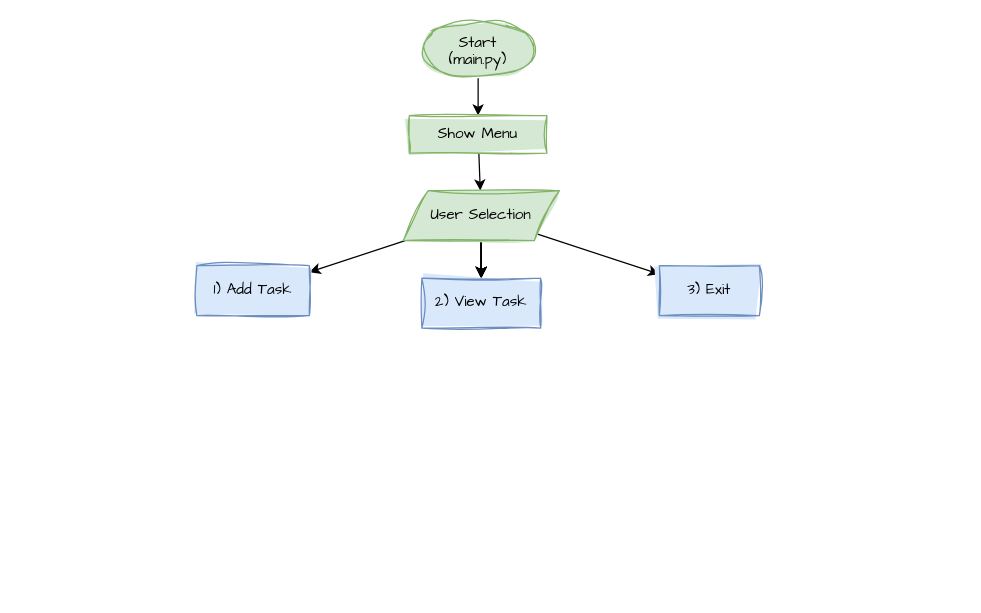
This is page "Program Visual" (2 of 3) of project_visual.drawio from afeef-khan/studentProductivityTracker_pythonProject, a draw.io file, before an edit. Source tidied: cells renumbered, new cells numbered last; positions are measured from the earlier drawing's top-left corner, leaving out a move shared by most shapes. Both pictures are drawn from the tidied source at 125%, with x=0, y=0 at pixel (196, 21).
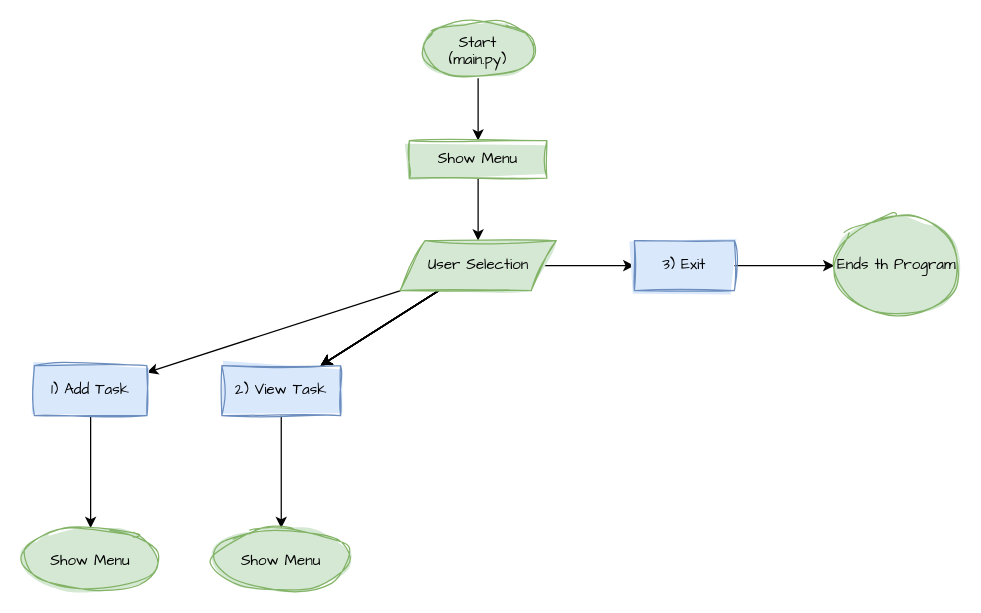
Above is the later version.

Change to the diagram source:
```diff
@@
     <mxCell id="5" value="Show Menu" style="whiteSpace=wrap;html=1;fontFamily=Comic Sans MS;fillColor=#d5e8d4;strokeColor=#82b366;strokeWidth=1;sketch=1;curveFitting=1;jiggle=2;shadow=0;fillStyle=solid;" parent="1" vertex="1">
-      <mxGeometry x="170" y="75" width="110" height="30" as="geometry" />
+      <mxGeometry x="170" y="95" width="110" height="30" as="geometry" />
     </mxCell>
@@
     <mxCell id="15" value="User Selection" style="shape=parallelogram;perimeter=parallelogramPerimeter;whiteSpace=wrap;html=1;fixedSize=1;fontFamily=Comic Sans MS;fillColor=#d5e8d4;strokeColor=#82b366;strokeWidth=1;sketch=1;curveFitting=1;jiggle=2;shadow=0;fillStyle=solid;" parent="1" vertex="1">
-      <mxGeometry x="165" y="135" width="125" height="40" as="geometry" />
+      <mxGeometry x="162.5" y="175" width="125" height="40" as="geometry" />
     </mxCell>
+    <mxCell id="19" style="edgeStyle=none;html=1;exitX=0.5;exitY=1;exitDx=0;exitDy=0;entryX=0.5;entryY=0;entryDx=0;entryDy=0;" parent="1" edge="1" source="16" target="24">
+      <mxGeometry relative="1" as="geometry" />
+    </mxCell>
     <mxCell id="16" value="2) View Task" style="whiteSpace=wrap;html=1;fontFamily=Comic Sans MS;fillColor=#dae8fc;strokeColor=#6c8ebf;strokeWidth=1;sketch=1;curveFitting=1;jiggle=2;shadow=0;fillStyle=solid;" parent="1" vertex="1">
-      <mxGeometry x="180" y="205" width="95" height="40" as="geometry" />
+      <mxGeometry x="20" y="275" width="95" height="40" as="geometry" />
     </mxCell>
+    <mxCell id="20" style="edgeStyle=none;html=1;" parent="1" edge="1" source="17" target="23">
+      <mxGeometry relative="1" as="geometry" />
+    </mxCell>
     <mxCell id="17" value="3) Exit" style="whiteSpace=wrap;html=1;fontFamily=Comic Sans MS;fillColor=#dae8fc;strokeColor=#6c8ebf;strokeWidth=1;sketch=1;curveFitting=1;jiggle=2;shadow=0;fillStyle=solid;" parent="1" vertex="1">
-      <mxGeometry x="370" y="195" width="80" height="40" as="geometry" />
+      <mxGeometry x="350" y="175" width="80" height="40" as="geometry" />
     </mxCell>
+    <mxCell id="21" style="edgeStyle=none;html=1;exitX=0.5;exitY=1;exitDx=0;exitDy=0;entryX=0.5;entryY=0;entryDx=0;entryDy=0;" parent="1" edge="1" source="18" target="22">
+      <mxGeometry relative="1" as="geometry" />
+    </mxCell>
     <mxCell id="18" value="1) Add Task" style="whiteSpace=wrap;html=1;fontFamily=Comic Sans MS;fillColor=#dae8fc;strokeColor=#6c8ebf;strokeWidth=1;sketch=1;curveFitting=1;jiggle=2;shadow=0;fillStyle=solid;" parent="1" vertex="1">
-      <mxGeometry y="195" width="90" height="40" as="geometry" />
+      <mxGeometry x="-130" y="275" width="90" height="40" as="geometry" />
     </mxCell>
+    <mxCell id="22" value="Show Menu" style="ellipse;fillColor=#d5e8d4;strokeColor=#82b366;strokeWidth=1;sketch=1;curveFitting=1;jiggle=2;shadow=0;fillStyle=solid;fontFamily=Comic Sans MS;" parent="1" vertex="1">
+      <mxGeometry x="-140" y="405" width="110" height="50" as="geometry" />
+    </mxCell>
+    <mxCell id="23" value="Ends th Program" style="ellipse;whiteSpace=wrap;html=1;fontFamily=Comic Sans MS;fillColor=#d5e8d4;strokeColor=#82b366;strokeWidth=1;sketch=1;curveFitting=1;jiggle=2;shadow=0;fillStyle=solid;" parent="1" vertex="1">
+      <mxGeometry x="510" y="155" width="100" height="80" as="geometry" />
+    </mxCell>
+    <mxCell id="24" value="Show Menu" style="ellipse;fillColor=#d5e8d4;strokeColor=#82b366;strokeWidth=1;sketch=1;curveFitting=1;jiggle=2;shadow=0;fillStyle=solid;fontFamily=Comic Sans MS;" parent="1" vertex="1">
+      <mxGeometry x="12.5" y="405" width="110" height="50" as="geometry" />
+    </mxCell>
```
